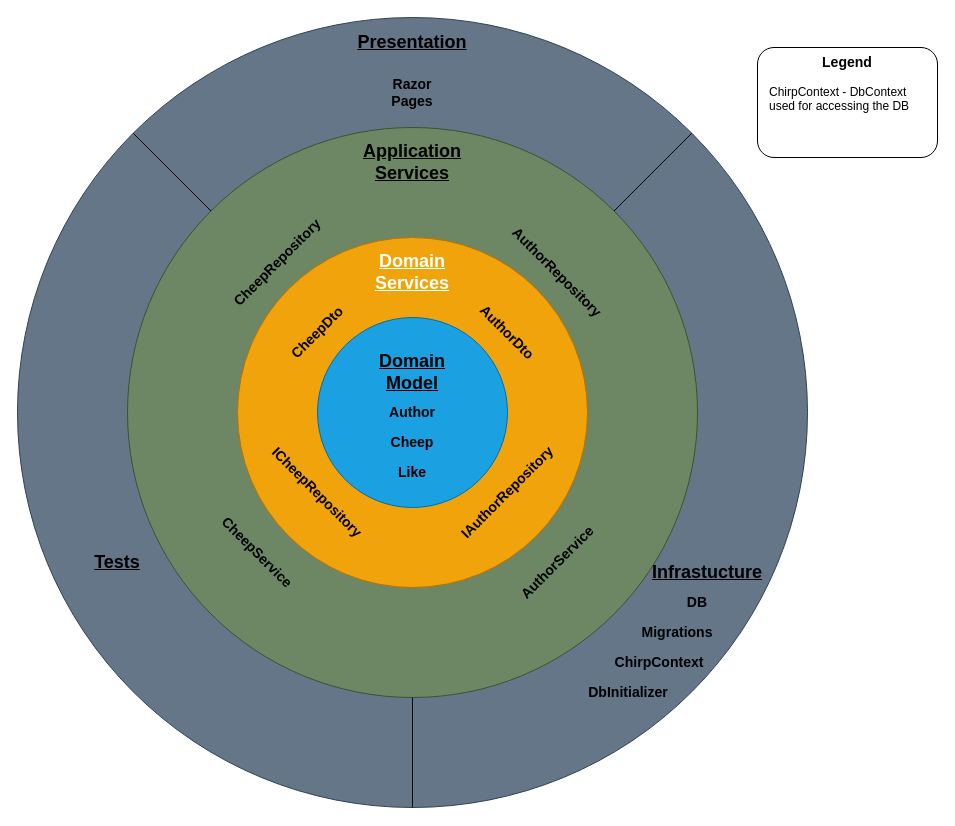
Earlier version of the draw.io diagram docs/diagrams/OnionArchitecture.drawio (ITU-BDSA23-GROUP21/Chirp). Source tidied: cells renumbered, new cells numbered last; positions are measured from the earlier drawing's top-left corner, leaving out a move shared by most shapes. Both pictures are drawn from the tidied source at 100%, with x=0, y=0 at pixel (17, 17).
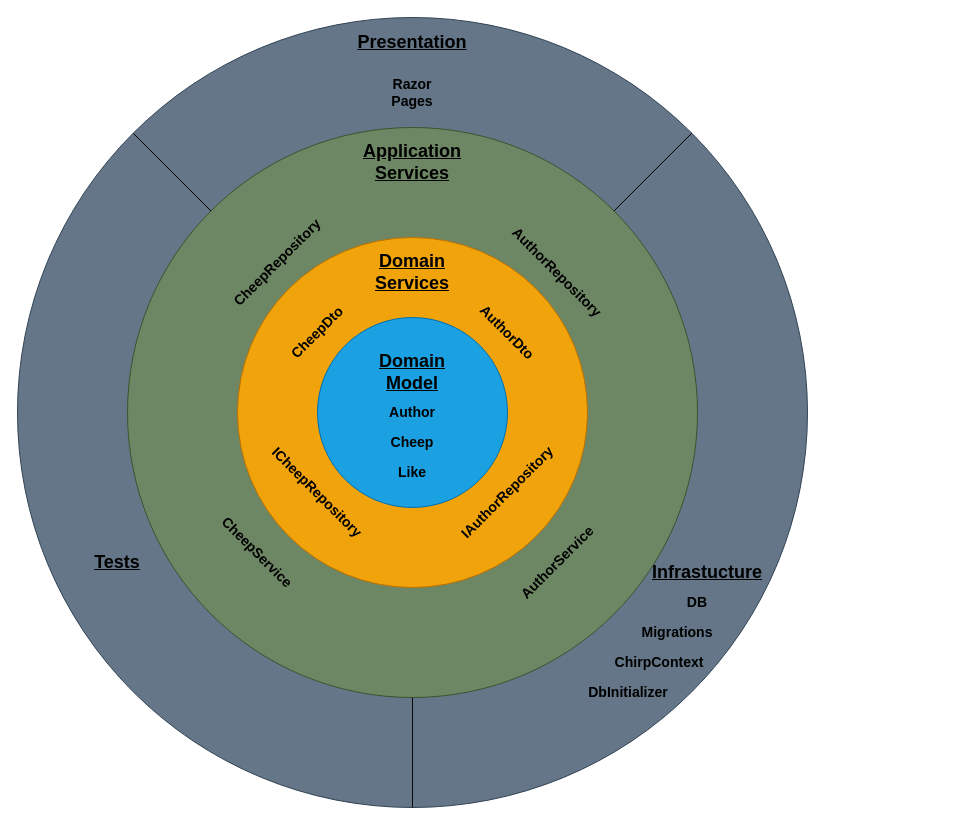
After the change.

The edit, as a diff of the source:
```diff
@@
-    <mxCell id="10" value="&lt;h2&gt;Domain Services&lt;/h2&gt;" style="text;html=1;strokeColor=none;fillColor=none;align=center;verticalAlign=middle;whiteSpace=wrap;rounded=0;fontStyle=4;labelBorderColor=none;fontColor=#FFFFFF;" parent="1" vertex="1">
+    <mxCell id="10" value="&lt;h2&gt;Domain Services&lt;/h2&gt;" style="text;html=1;strokeColor=none;fillColor=none;align=center;verticalAlign=middle;whiteSpace=wrap;rounded=0;fontStyle=4;labelBorderColor=none;fontColor=#000000;" parent="1" vertex="1">
       <mxGeometry x="365" y="240" width="60" height="30" as="geometry" />
     </mxCell>
@@
-    <mxCell id="31" style="rounded=1;whiteSpace=wrap;html=1;" parent="1" vertex="1">
-      <mxGeometry x="740" y="30" width="180" height="110" as="geometry" />
-    </mxCell>
-    <mxCell id="32" value="&lt;h3&gt;Legend&lt;/h3&gt;" style="text;html=1;strokeColor=none;fillColor=none;align=center;verticalAlign=middle;whiteSpace=wrap;rounded=0;" parent="1" vertex="1">
-      <mxGeometry x="800" y="30" width="60" height="30" as="geometry" />
-    </mxCell>
-    <mxCell id="33" value="ChirpContext - DbContext used for accessing the DB" style="text;html=1;strokeColor=none;fillColor=none;align=left;verticalAlign=top;whiteSpace=wrap;rounded=0;" parent="1" vertex="1">
-      <mxGeometry x="750" y="61" width="160" height="69" as="geometry" />
-    </mxCell>
```
